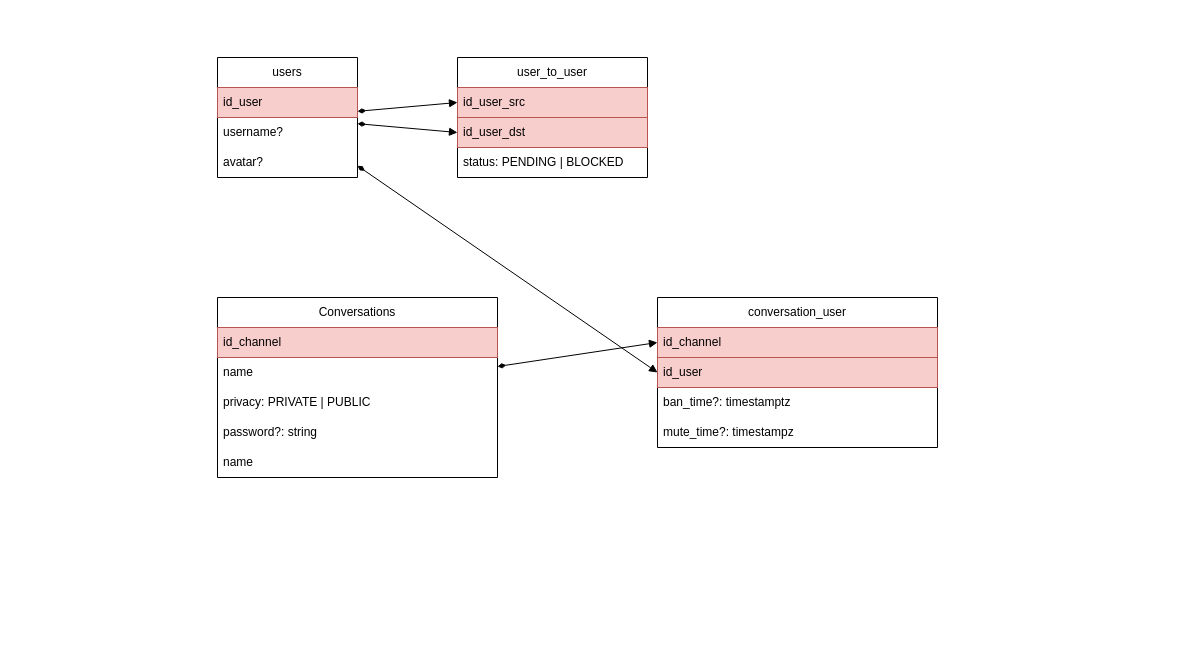
papawou/42_transcendance keeps this draw.io diagram as Diagramme sans nom.drawio. Above is the earlier version. Source tidied: cells renumbered, new cells numbered last; positions are measured from the earlier drawing's top-left corner, leaving out a move shared by most shapes. Both pictures are drawn from the tidied source at 100%, with x=0, y=0 at pixel (217, 57).
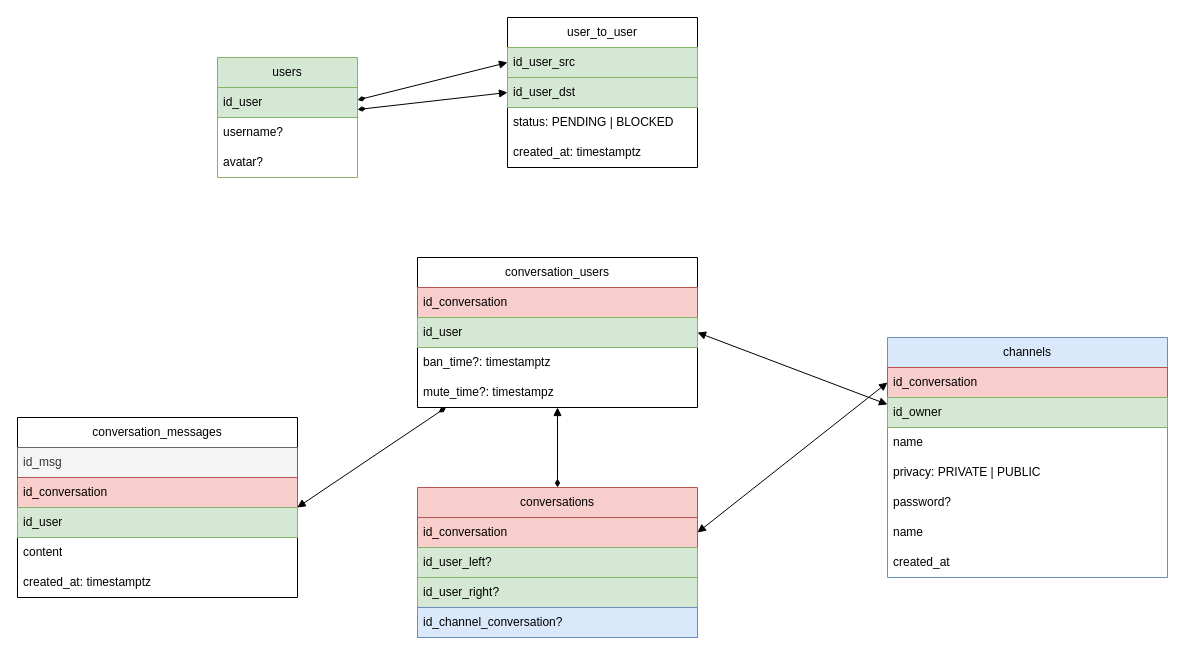
After the change.

The edit, as a diff of the source:
```diff
@@
-    <mxCell id="2" value="users" style="swimlane;fontStyle=0;horizontal=1;startSize=30;whiteSpace=wrap;html=1;" parent="1" vertex="1">
+    <mxCell id="2" value="users" style="swimlane;fontStyle=0;horizontal=1;startSize=30;whiteSpace=wrap;html=1;fillColor=#d5e8d4;strokeColor=#82b366;" parent="1" vertex="1">
       <mxGeometry width="140" height="120" as="geometry" />
     </mxCell>
-    <mxCell id="3" value="id_user" style="text;strokeColor=#b85450;fillColor=#f8cecc;align=left;verticalAlign=middle;spacingLeft=4;spacingRight=4;overflow=hidden;whiteSpace=wrap;html=1;" parent="2" vertex="1">
+    <mxCell id="3" value="id_user" style="text;strokeColor=#82b366;fillColor=#d5e8d4;align=left;verticalAlign=middle;spacingLeft=4;spacingRight=4;overflow=hidden;whiteSpace=wrap;html=1;" parent="2" vertex="1">
       <mxGeometry y="30" width="140" height="30" as="geometry" />
     </mxCell>
@@
     <mxCell id="6" value="user_to_user" style="swimlane;fontStyle=0;horizontal=1;startSize=30;whiteSpace=wrap;html=1;" parent="1" vertex="1">
-      <mxGeometry x="240" width="190" height="120" as="geometry" />
+      <mxGeometry x="290" y="-40" width="190" height="150" as="geometry" />
     </mxCell>
-    <mxCell id="7" value="id_user_src" style="text;strokeColor=#b85450;fillColor=#f8cecc;align=left;verticalAlign=middle;spacingLeft=4;spacingRight=4;overflow=hidden;points=[[0,0.5],[1,0.5]];portConstraint=eastwest;whiteSpace=wrap;html=1;" parent="6" vertex="1">
+    <mxCell id="7" value="id_user_src" style="text;strokeColor=#82b366;fillColor=#d5e8d4;align=left;verticalAlign=middle;spacingLeft=4;spacingRight=4;overflow=hidden;points=[[0,0.5],[1,0.5]];portConstraint=eastwest;whiteSpace=wrap;html=1;" parent="6" vertex="1">
       <mxGeometry y="30" width="190" height="30" as="geometry" />
     </mxCell>
-    <mxCell id="8" value="id_user_dst" style="text;strokeColor=#b85450;fillColor=#f8cecc;align=left;verticalAlign=middle;spacingLeft=4;spacingRight=4;overflow=hidden;points=[[0,0.5],[1,0.5]];portConstraint=eastwest;whiteSpace=wrap;html=1;" parent="6" vertex="1">
+    <mxCell id="8" value="id_user_dst" style="text;strokeColor=#82b366;fillColor=#d5e8d4;align=left;verticalAlign=middle;spacingLeft=4;spacingRight=4;overflow=hidden;points=[[0,0.5],[1,0.5]];portConstraint=eastwest;whiteSpace=wrap;html=1;" parent="6" vertex="1">
       <mxGeometry y="60" width="190" height="30" as="geometry" />
     </mxCell>
@@
+    <mxCell id="25" value="created_at: timestamptz" style="text;strokeColor=none;fillColor=none;align=left;verticalAlign=middle;spacingLeft=4;spacingRight=4;overflow=hidden;whiteSpace=wrap;html=1;" parent="6" vertex="1">
+      <mxGeometry y="120" width="190" height="30" as="geometry" />
+    </mxCell>
@@
-    <mxCell id="12" value="Conversations" style="swimlane;fontStyle=0;horizontal=1;startSize=30;whiteSpace=wrap;html=1;" parent="1" vertex="1">
-      <mxGeometry y="240" width="280" height="180" as="geometry" />
+    <mxCell id="12" value="conversations" style="swimlane;fontStyle=0;horizontal=1;startSize=30;whiteSpace=wrap;html=1;fillColor=#f8cecc;strokeColor=#b85450;" parent="1" vertex="1">
+      <mxGeometry x="200" y="430" width="280" height="150" as="geometry" />
     </mxCell>
-    <mxCell id="13" value="id_channel" style="text;strokeColor=#b85450;fillColor=#f8cecc;align=left;verticalAlign=middle;spacingLeft=4;spacingRight=4;overflow=hidden;points=[[0,0.5],[1,0.5]];portConstraint=eastwest;whiteSpace=wrap;html=1;" parent="12" vertex="1">
+    <mxCell id="13" value="id_conversation" style="text;strokeColor=#b85450;fillColor=#f8cecc;align=left;verticalAlign=middle;spacingLeft=4;spacingRight=4;overflow=hidden;points=[[0,0.5],[1,0.5]];portConstraint=eastwest;whiteSpace=wrap;html=1;" parent="12" vertex="1">
       <mxGeometry y="30" width="280" height="30" as="geometry" />
     </mxCell>
-    <mxCell id="14" value="name" style="text;strokeColor=none;fillColor=none;align=left;verticalAlign=middle;spacingLeft=4;spacingRight=4;overflow=hidden;whiteSpace=wrap;html=1;" parent="12" vertex="1">
+    <mxCell id="14" value="id_user_left?" style="text;strokeColor=#82b366;fillColor=#d5e8d4;align=left;verticalAlign=middle;spacingLeft=4;spacingRight=4;overflow=hidden;whiteSpace=wrap;html=1;" parent="12" vertex="1">
       <mxGeometry y="60" width="280" height="30" as="geometry" />
     </mxCell>
-    <mxCell id="15" value="privacy: PRIVATE | PUBLIC" style="text;strokeColor=none;fillColor=none;align=left;verticalAlign=middle;spacingLeft=4;spacingRight=4;overflow=hidden;whiteSpace=wrap;html=1;" parent="12" vertex="1">
-      <mxGeometry y="90" width="280" height="30" as="geometry" />
-    </mxCell>
-    <mxCell id="16" value="password?: string&amp;nbsp;" style="text;strokeColor=none;fillColor=none;align=left;verticalAlign=middle;spacingLeft=4;spacingRight=4;overflow=hidden;whiteSpace=wrap;html=1;" parent="12" vertex="1">
-      <mxGeometry y="120" width="280" height="30" as="geometry" />
-    </mxCell>
-    <mxCell id="17" value="name" style="text;strokeColor=none;fillColor=none;align=left;verticalAlign=middle;spacingLeft=4;spacingRight=4;overflow=hidden;whiteSpace=wrap;html=1;" parent="12" vertex="1">
-      <mxGeometry y="150" width="280" height="30" as="geometry" />
-    </mxCell>
+    <mxCell id="26" value="id_user_right?" style="text;strokeColor=#82b366;fillColor=#d5e8d4;align=left;verticalAlign=middle;spacingLeft=4;spacingRight=4;overflow=hidden;whiteSpace=wrap;html=1;" parent="12" vertex="1">
+      <mxGeometry y="90" width="280" height="30" as="geometry" />
+    </mxCell>
+    <mxCell id="27" value="id_channel_conversation?" style="text;align=left;verticalAlign=middle;spacingLeft=4;spacingRight=4;overflow=hidden;whiteSpace=wrap;html=1;fillColor=#dae8fc;strokeColor=#6c8ebf;" parent="12" vertex="1">
+      <mxGeometry y="120" width="280" height="30" as="geometry" />
+    </mxCell>
-    <mxCell id="18" value="conversation_user" style="swimlane;fontStyle=0;horizontal=1;startSize=30;whiteSpace=wrap;html=1;" parent="1" vertex="1">
-      <mxGeometry x="440" y="240" width="280" height="150" as="geometry" />
+    <mxCell id="18" value="conversation_users" style="swimlane;fontStyle=0;horizontal=1;startSize=30;whiteSpace=wrap;html=1;gradientColor=none;gradientDirection=radial;swimlaneFillColor=none;" parent="1" vertex="1">
+      <mxGeometry x="200" y="200" width="280" height="150" as="geometry" />
     </mxCell>
-    <mxCell id="19" value="id_channel" style="text;strokeColor=#b85450;fillColor=#f8cecc;align=left;verticalAlign=middle;spacingLeft=4;spacingRight=4;overflow=hidden;points=[[0,0.5],[1,0.5]];portConstraint=eastwest;whiteSpace=wrap;html=1;" parent="18" vertex="1">
+    <mxCell id="19" value="id_conversation" style="text;strokeColor=#b85450;fillColor=#f8cecc;align=left;verticalAlign=middle;spacingLeft=4;spacingRight=4;overflow=hidden;points=[[0,0.5],[1,0.5]];portConstraint=eastwest;whiteSpace=wrap;html=1;" parent="18" vertex="1">
       <mxGeometry y="30" width="280" height="30" as="geometry" />
     </mxCell>
-    <mxCell id="20" value="id_user" style="text;strokeColor=#b85450;fillColor=#f8cecc;align=left;verticalAlign=middle;spacingLeft=4;spacingRight=4;overflow=hidden;points=[[0,0.5],[1,0.5]];portConstraint=eastwest;whiteSpace=wrap;html=1;" parent="18" vertex="1">
+    <mxCell id="20" value="id_user" style="text;strokeColor=#82b366;fillColor=#d5e8d4;align=left;verticalAlign=middle;spacingLeft=4;spacingRight=4;overflow=hidden;points=[[0,0.5],[1,0.5]];portConstraint=eastwest;whiteSpace=wrap;html=1;" parent="18" vertex="1">
       <mxGeometry y="60" width="280" height="30" as="geometry" />
     </mxCell>
@@
-    <mxCell id="23" style="endArrow=block;html=1;rounded=0;endFill=1;startArrow=diamondThin;startFill=1;entryX=0;entryY=0.5;entryDx=0;entryDy=0;" parent="1" edge="1" source="2" target="20">
-      <mxGeometry relative="1" as="geometry" />
-    </mxCell>
-    <mxCell id="24" style="endArrow=block;html=1;rounded=0;endFill=1;startArrow=diamondThin;startFill=1;entryX=0;entryY=0.5;entryDx=0;entryDy=0;" parent="1" edge="1" source="12" target="19">
-      <mxGeometry relative="1" as="geometry" />
-    </mxCell>
+    <mxCell id="28" style="endArrow=block;html=1;rounded=0;endFill=1;startArrow=block;startFill=1;entryX=1;entryY=0.5;entryDx=0;entryDy=0;" parent="1" edge="1" source="35" target="18">
+      <mxGeometry relative="1" as="geometry" />
+    </mxCell>
+    <mxCell id="29" value="conversation_messages" style="swimlane;fontStyle=0;horizontal=1;startSize=30;whiteSpace=wrap;html=1;" parent="1" vertex="1">
+      <mxGeometry x="-200" y="360" width="280" height="180" as="geometry" />
+    </mxCell>
+    <mxCell id="30" value="id_msg" style="text;align=left;verticalAlign=middle;spacingLeft=4;spacingRight=4;overflow=hidden;whiteSpace=wrap;html=1;fillColor=#f5f5f5;fontColor=#333333;strokeColor=#666666;" parent="29" vertex="1">
+      <mxGeometry y="30" width="280" height="30" as="geometry" />
+    </mxCell>
+    <mxCell id="31" value="id_conversation" style="text;align=left;verticalAlign=middle;spacingLeft=4;spacingRight=4;overflow=hidden;points=[[0,0.5],[1,0.5]];portConstraint=eastwest;whiteSpace=wrap;html=1;fillColor=#f8cecc;strokeColor=#b85450;" parent="29" vertex="1">
+      <mxGeometry y="60" width="280" height="30" as="geometry" />
+    </mxCell>
+    <mxCell id="32" value="id_user" style="text;align=left;verticalAlign=middle;spacingLeft=4;spacingRight=4;overflow=hidden;whiteSpace=wrap;html=1;fillColor=#d5e8d4;strokeColor=#82b366;" parent="29" vertex="1">
+      <mxGeometry y="90" width="280" height="30" as="geometry" />
+    </mxCell>
+    <mxCell id="33" value="content" style="text;strokeColor=none;fillColor=none;align=left;verticalAlign=middle;spacingLeft=4;spacingRight=4;overflow=hidden;whiteSpace=wrap;html=1;" parent="29" vertex="1">
+      <mxGeometry y="120" width="280" height="30" as="geometry" />
+    </mxCell>
+    <mxCell id="34" value="created_at: timestamptz" style="text;strokeColor=none;fillColor=none;align=left;verticalAlign=middle;spacingLeft=4;spacingRight=4;overflow=hidden;whiteSpace=wrap;html=1;" parent="29" vertex="1">
+      <mxGeometry y="150" width="280" height="30" as="geometry" />
+    </mxCell>
+    <mxCell id="35" value="channels" style="swimlane;fontStyle=0;horizontal=1;startSize=30;whiteSpace=wrap;html=1;fillColor=#dae8fc;strokeColor=#6c8ebf;" parent="1" vertex="1">
+      <mxGeometry x="670" y="280" width="280" height="240" as="geometry" />
+    </mxCell>
+    <mxCell id="36" value="id_conversation" style="text;strokeColor=#b85450;fillColor=#f8cecc;align=left;verticalAlign=middle;spacingLeft=4;spacingRight=4;overflow=hidden;points=[[0,0.5],[1,0.5]];portConstraint=eastwest;whiteSpace=wrap;html=1;" parent="35" vertex="1">
+      <mxGeometry y="30" width="280" height="30" as="geometry" />
+    </mxCell>
+    <mxCell id="37" value="id_owner" style="text;strokeColor=#82b366;fillColor=#d5e8d4;align=left;verticalAlign=middle;spacingLeft=4;spacingRight=4;overflow=hidden;whiteSpace=wrap;html=1;" parent="35" vertex="1">
+      <mxGeometry y="60" width="280" height="30" as="geometry" />
+    </mxCell>
+    <mxCell id="38" value="name" style="text;strokeColor=none;fillColor=none;align=left;verticalAlign=middle;spacingLeft=4;spacingRight=4;overflow=hidden;whiteSpace=wrap;html=1;" parent="35" vertex="1">
+      <mxGeometry y="90" width="280" height="30" as="geometry" />
+    </mxCell>
+    <mxCell id="15" value="privacy: PRIVATE | PUBLIC" style="text;strokeColor=none;fillColor=none;align=left;verticalAlign=middle;spacingLeft=4;spacingRight=4;overflow=hidden;whiteSpace=wrap;html=1;" parent="35" vertex="1">
+      <mxGeometry y="120" width="280" height="30" as="geometry" />
+    </mxCell>
+    <mxCell id="39" value="password?" style="text;strokeColor=none;fillColor=none;align=left;verticalAlign=middle;spacingLeft=4;spacingRight=4;overflow=hidden;whiteSpace=wrap;html=1;" parent="35" vertex="1">
+      <mxGeometry y="150" width="280" height="30" as="geometry" />
+    </mxCell>
+    <mxCell id="40" value="name" style="text;strokeColor=none;fillColor=none;align=left;verticalAlign=middle;spacingLeft=4;spacingRight=4;overflow=hidden;whiteSpace=wrap;html=1;" parent="35" vertex="1">
+      <mxGeometry y="180" width="280" height="30" as="geometry" />
+    </mxCell>
+    <mxCell id="41" value="created_at" style="text;strokeColor=none;fillColor=none;align=left;verticalAlign=middle;spacingLeft=4;spacingRight=4;overflow=hidden;whiteSpace=wrap;html=1;" parent="35" vertex="1">
+      <mxGeometry y="210" width="280" height="30" as="geometry" />
+    </mxCell>
+    <mxCell id="42" style="endArrow=block;html=1;rounded=0;endFill=1;startArrow=block;startFill=1;entryX=1;entryY=0.5;entryDx=0;entryDy=0;exitX=0;exitY=0.5;exitDx=0;exitDy=0;fontStyle=1;" parent="1" edge="1" source="36" target="13">
+      <mxGeometry relative="1" as="geometry" />
+    </mxCell>
+    <mxCell id="43" style="endArrow=block;html=1;rounded=0;endFill=1;startArrow=diamondThin;startFill=1;entryX=0.999;entryY=1;entryDx=0;entryDy=0;entryPerimeter=0;" parent="1" edge="1" source="18" target="31">
+      <mxGeometry relative="1" as="geometry" />
+    </mxCell>
+    <mxCell id="44" style="endArrow=diamondThin;html=1;rounded=0;endFill=1;startArrow=block;startFill=1;fontStyle=1;" parent="1" edge="1" source="18" target="12">
+      <mxGeometry relative="1" as="geometry" />
+    </mxCell>
```
